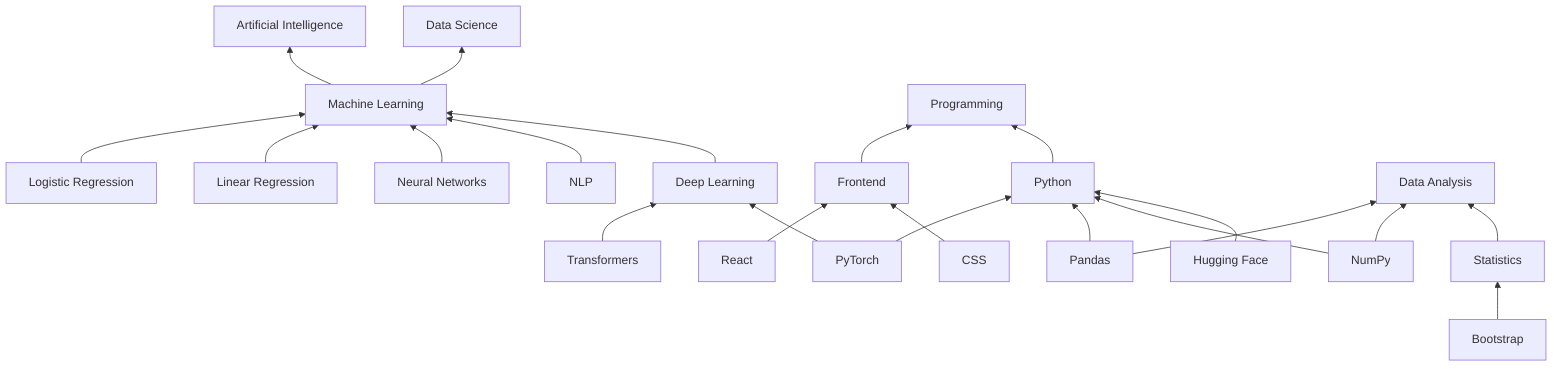
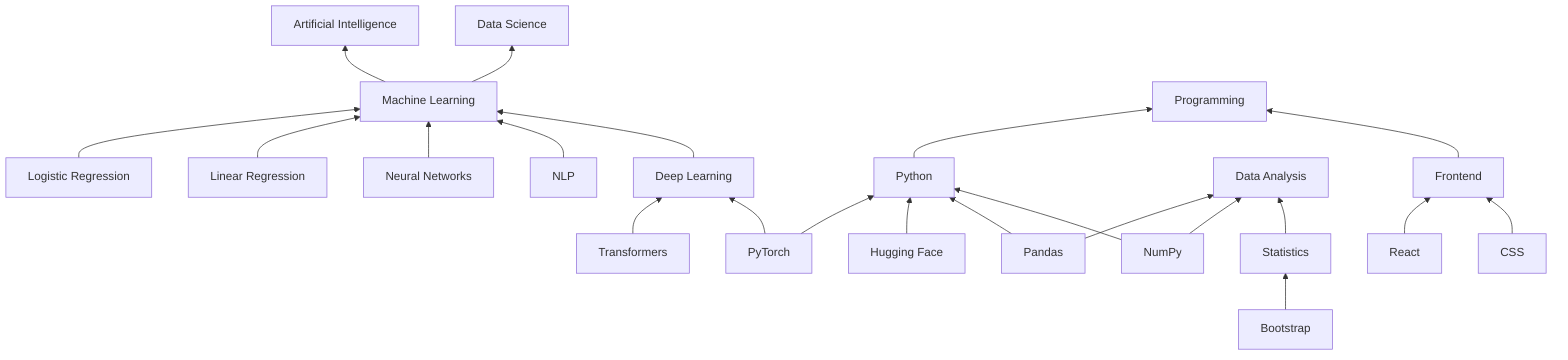
graph BT

    Machine_Learning["Machine Learning"] --> Artificial_Intelligence["Artificial Intelligence"]
    Machine_Learning["Machine Learning"] --> Data_Science["Data Science"]
    Logistic_Regression["Logistic Regression"] --> Machine_Learning["Machine Learning"]
    Linear_Regression["Linear Regression"] --> Machine_Learning["Machine Learning"]
    Neural_Networks["Neural Networks"] --> Machine_Learning["Machine Learning"]
    NLP["NLP"] --> Machine_Learning["Machine Learning"]
    Deep_Learning["Deep Learning"] --> Machine_Learning["Machine Learning"]
    Transformers["Transformers"] --> Deep_Learning["Deep Learning"]
    PyTorch["PyTorch"] --> Deep_Learning["Deep Learning"]
    PyTorch["PyTorch"] --> Python["Python"]
-     Frontend["Frontend"] --> Programming["Programming"]
-     React["React"] --> Frontend["Frontend"]
-     CSS["CSS"] --> Frontend["Frontend"]
    Python["Python"] --> Programming["Programming"]
+     Hugging_Face["Hugging Face"] --> Python["Python"]
    Pandas["Pandas"] --> Python["Python"]
    Pandas["Pandas"] --> Data_Analysis["Data Analysis"]
    NumPy["NumPy"] --> Python["Python"]
    NumPy["NumPy"] --> Data_Analysis["Data Analysis"]
-     Hugging_Face["Hugging Face"] --> Python["Python"]
+     Frontend["Frontend"] --> Programming["Programming"]
+     React["React"] --> Frontend["Frontend"]
+     CSS["CSS"] --> Frontend["Frontend"]
    Statistics["Statistics"] --> Data_Analysis["Data Analysis"]
    Bootstrap["Bootstrap"] --> Statistics["Statistics"]
